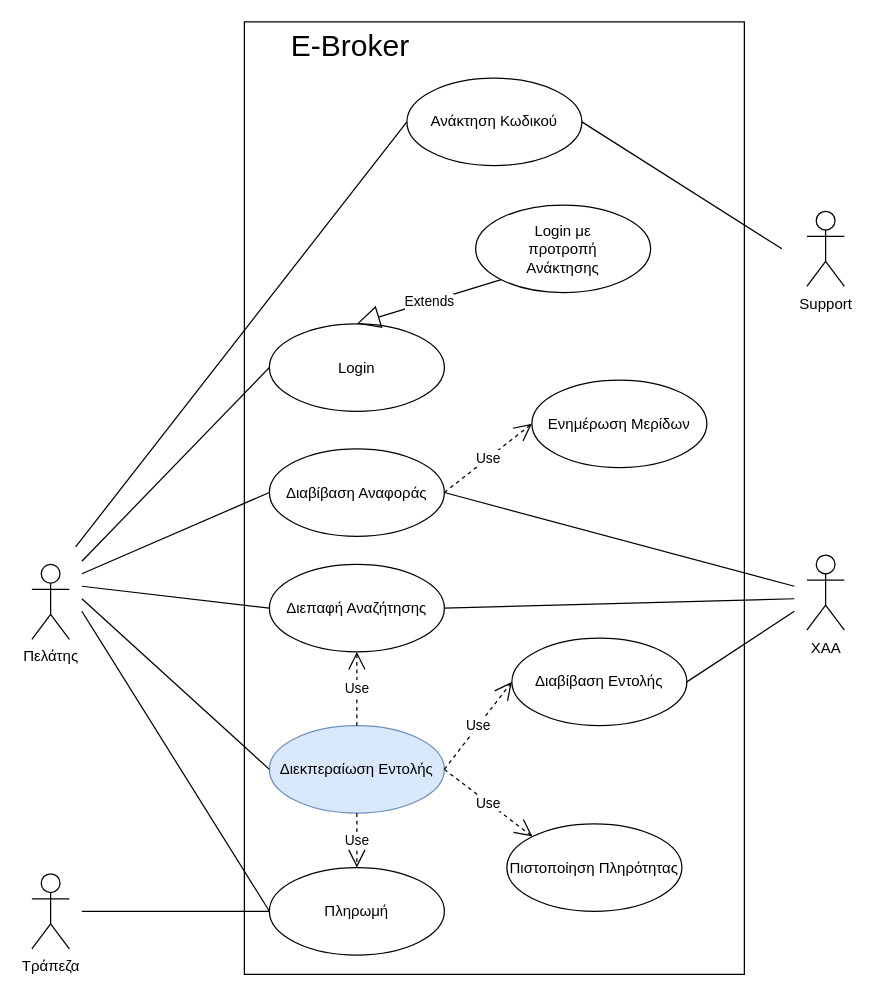
The draw.io diagram UML/Use_Case_Diagram.drawio in WilhelmStein/Analysis-and-Design-of-Software, before the edit. Source tidied: cells renumbered, new cells numbered last; positions are measured from the earlier drawing's top-left corner, leaving out a move shared by most shapes. Both pictures are drawn from the tidied source at 125%, with x=0, y=0 at pixel (31, 21).
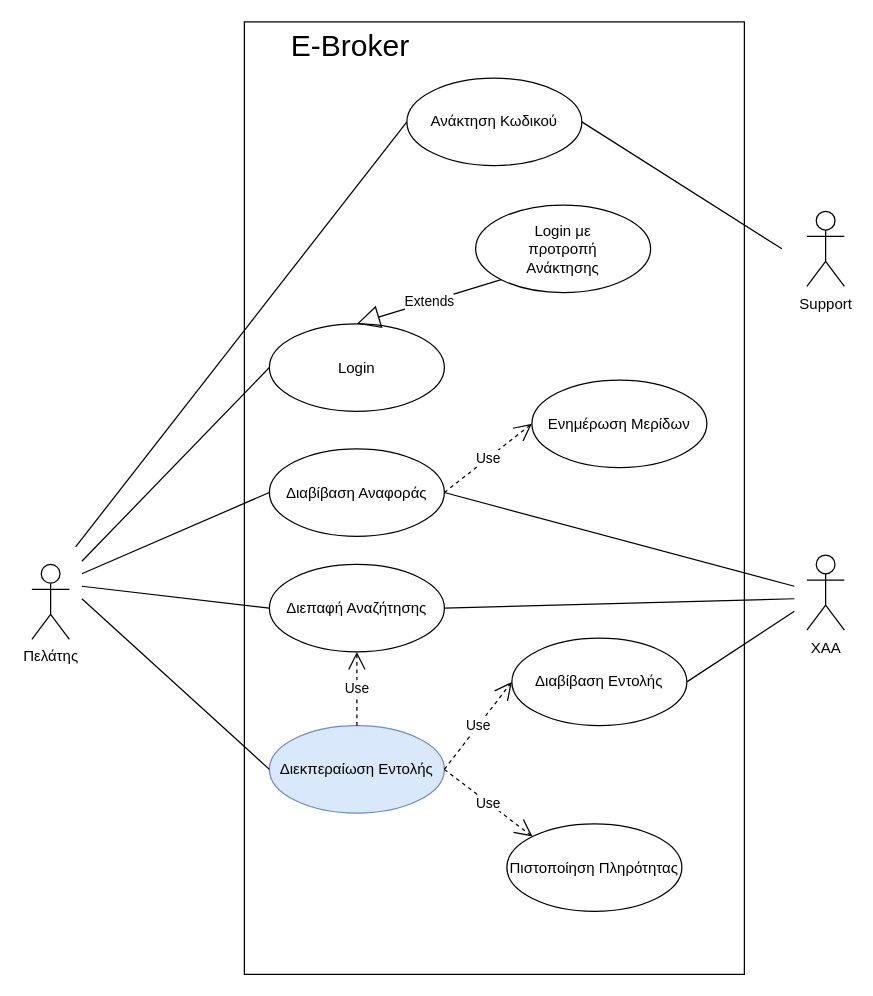
After the change.

Unchanged cells that the change refers to:
```xml
<mxCell id="4" value="Διεκπεραίωση Εντολής" style="ellipse;whiteSpace=wrap;html=1;fillColor=#dae8fc;strokeColor=#6c8ebf;" parent="1" vertex="1">
  <mxGeometry x="190" y="563" width="140" height="70" as="geometry" />
</mxCell>
```

Change to the diagram source:
```diff
@@
-    <mxCell id="9" value="Πληρωμή" style="ellipse;whiteSpace=wrap;html=1;" parent="1" vertex="1">
-      <mxGeometry x="190" y="676.5" width="140" height="70" as="geometry" />
-    </mxCell>
-    <mxCell id="10" value="Use" style="endArrow=open;endSize=12;dashed=1;html=1;entryX=0.5;entryY=0;entryDx=0;entryDy=0;exitX=0.5;exitY=1;exitDx=0;exitDy=0;" parent="1" edge="1" source="4" target="9">
-      <mxGeometry relative="1" as="geometry" />
-    </mxCell>
-    <mxCell id="11" value="Τράπεζα" style="shape=umlActor;verticalLabelPosition=bottom;labelBackgroundColor=#ffffff;verticalAlign=top;html=1;" parent="1" vertex="1">
-      <mxGeometry y="681.5" width="30" height="60" as="geometry" />
-    </mxCell>
@@
-    <mxCell id="15" style="endArrow=none;html=1;entryX=0;entryY=0.5;entryDx=0;entryDy=0;" parent="1" edge="1" target="9">
-      <mxGeometry relative="1" as="geometry">
-        <mxPoint x="40" y="471.5" as="sourcePoint" />
-      </mxGeometry>
-    </mxCell>
-    <mxCell id="16" style="endArrow=none;html=1;entryX=0;entryY=0.5;entryDx=0;entryDy=0;" parent="1" edge="1" target="9">
-      <mxGeometry relative="1" as="geometry">
-        <mxPoint x="40" y="711.5" as="sourcePoint" />
-      </mxGeometry>
-    </mxCell>
```
